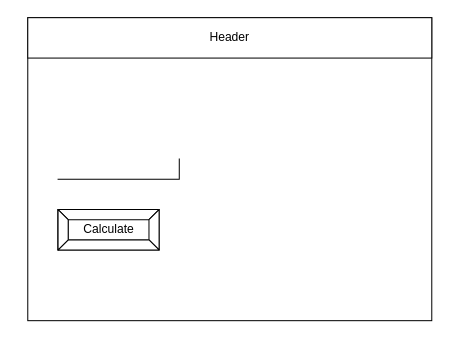
Earlier version of the draw.io diagram page "Page-1" (1 of 3) of design/story-board.drawio (sam-corbett/ICS2O-Unit3-01). Source tidied: cells renumbered, new cells numbered last; positions are measured from the earlier drawing's top-left corner, leaving out a move shared by most shapes. Both pictures are drawn from the tidied source at 101%, with x=0, y=0 at pixel (27, 17).
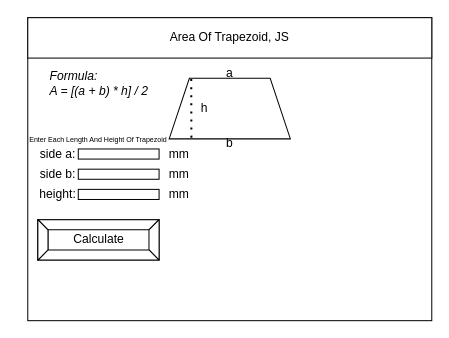
Above is the later version.

Diff of the diagram source:
```diff
@@
-    <mxCell id="2" style="rounded=0;whiteSpace=wrap;html=1;" parent="1" vertex="1">
+    <mxCell id="2" style="rounded=0;whiteSpace=wrap;html=1;perimeterSpacing=2;" parent="1" vertex="1">
       <mxGeometry width="400" height="300" as="geometry" />
     </mxCell>
-    <mxCell id="3" value="Header" style="rounded=0;whiteSpace=wrap;html=1;" parent="1" vertex="1">
+    <mxCell id="3" value="Area Of Trapezoid, JS" style="rounded=0;whiteSpace=wrap;html=1;" parent="1" vertex="1">
       <mxGeometry width="400" height="40" as="geometry" />
     </mxCell>
-    <mxCell id="4" style="shape=partialRectangle;whiteSpace=wrap;html=1;top=0;left=0;fillColor=none;" parent="1" vertex="1">
-      <mxGeometry x="30" y="140" width="120" height="20" as="geometry" />
-    </mxCell>
     <mxCell id="5" value="Calculate" style="labelPosition=center;verticalLabelPosition=middle;align=center;html=1;shape=mxgraph.basic.button;dx=10;" parent="1" vertex="1">
-      <mxGeometry x="30" y="190" width="100" height="40" as="geometry" />
+      <mxGeometry x="10" y="200" width="120" height="40" as="geometry" />
     </mxCell>
+    <mxCell id="6" style="shape=trapezoid;perimeter=trapezoidPerimeter;whiteSpace=wrap;html=1;fixedSize=1;" parent="1" vertex="1">
+      <mxGeometry x="140" y="60" width="120" height="60" as="geometry" />
+    </mxCell>
+    <mxCell id="7" value="a" style="text;html=1;strokeColor=none;fillColor=none;align=center;verticalAlign=middle;whiteSpace=wrap;rounded=0;" parent="1" vertex="1">
+      <mxGeometry x="195" y="50" width="10" height="10" as="geometry" />
+    </mxCell>
+    <mxCell id="8" value="b" style="text;html=1;strokeColor=none;fillColor=none;align=center;verticalAlign=middle;whiteSpace=wrap;rounded=0;" parent="1" vertex="1">
+      <mxGeometry x="195" y="120" width="10" height="10" as="geometry" />
+    </mxCell>
+    <mxCell id="9" style="endArrow=none;dashed=1;html=1;dashPattern=1 3;strokeWidth=2;rounded=0;exitX=0.182;exitY=0.013;exitDx=0;exitDy=0;exitPerimeter=0;" parent="1" edge="1" source="6">
+      <mxGeometry relative="1" as="geometry">
+        <mxPoint x="162" y="120" as="targetPoint" />
+      </mxGeometry>
+    </mxCell>
+    <mxCell id="10" value="h" style="text;html=1;strokeColor=none;fillColor=none;align=center;verticalAlign=middle;whiteSpace=wrap;rounded=0;" parent="1" vertex="1">
+      <mxGeometry x="170" y="85" width="10" height="10" as="geometry" />
+    </mxCell>
+    <mxCell id="11" style="rounded=0;whiteSpace=wrap;html=1;strokeWidth=1;" parent="1" vertex="1">
+      <mxGeometry x="50" y="130" width="80" height="10" as="geometry" />
+    </mxCell>
+    <mxCell id="12" value="&lt;i&gt;Formula:&lt;br&gt;A = [(a + b) * h] / 2&lt;/i&gt;" style="text;html=1;strokeColor=none;fillColor=none;align=left;verticalAlign=middle;whiteSpace=wrap;rounded=0;" parent="1" vertex="1">
+      <mxGeometry x="20" y="50" width="130" height="30" as="geometry" />
+    </mxCell>
+    <mxCell id="13" value="side a:" style="text;html=1;strokeColor=none;fillColor=none;align=center;verticalAlign=middle;whiteSpace=wrap;rounded=0;" parent="1" vertex="1">
+      <mxGeometry y="120" width="60" height="30" as="geometry" />
+    </mxCell>
+    <mxCell id="14" style="rounded=0;whiteSpace=wrap;html=1;strokeWidth=1;" parent="1" vertex="1">
+      <mxGeometry x="50" y="150" width="80" height="10" as="geometry" />
+    </mxCell>
+    <mxCell id="15" value="side b:" style="text;html=1;strokeColor=none;fillColor=none;align=center;verticalAlign=middle;whiteSpace=wrap;rounded=0;" parent="1" vertex="1">
+      <mxGeometry y="140" width="60" height="30" as="geometry" />
+    </mxCell>
+    <mxCell id="16" style="rounded=0;whiteSpace=wrap;html=1;strokeWidth=1;" parent="1" vertex="1">
+      <mxGeometry x="50" y="170" width="80" height="10" as="geometry" />
+    </mxCell>
+    <mxCell id="17" value="height:" style="text;html=1;strokeColor=none;fillColor=none;align=center;verticalAlign=middle;whiteSpace=wrap;rounded=0;" parent="1" vertex="1">
+      <mxGeometry y="160" width="60" height="30" as="geometry" />
+    </mxCell>
+    <mxCell id="18" value="mm" style="text;html=1;strokeColor=none;fillColor=none;align=center;verticalAlign=middle;whiteSpace=wrap;rounded=0;" parent="1" vertex="1">
+      <mxGeometry x="140" y="130" width="20" height="10" as="geometry" />
+    </mxCell>
+    <mxCell id="19" value="mm" style="text;html=1;strokeColor=none;fillColor=none;align=center;verticalAlign=middle;whiteSpace=wrap;rounded=0;" parent="1" vertex="1">
+      <mxGeometry x="140" y="150" width="20" height="10" as="geometry" />
+    </mxCell>
+    <mxCell id="20" value="mm" style="text;html=1;strokeColor=none;fillColor=none;align=center;verticalAlign=middle;whiteSpace=wrap;rounded=0;" parent="1" vertex="1">
+      <mxGeometry x="140" y="170" width="20" height="10" as="geometry" />
+    </mxCell>
+    <mxCell id="21" value="&lt;font style=&quot;font-size: 7px&quot;&gt;Enter Each Length And Height Of Trapezoid&lt;/font&gt;" style="text;html=1;strokeColor=none;fillColor=none;align=center;verticalAlign=middle;whiteSpace=wrap;rounded=0;" parent="1" vertex="1">
+      <mxGeometry x="-10" y="110" width="160" height="20" as="geometry" />
+    </mxCell>
```
